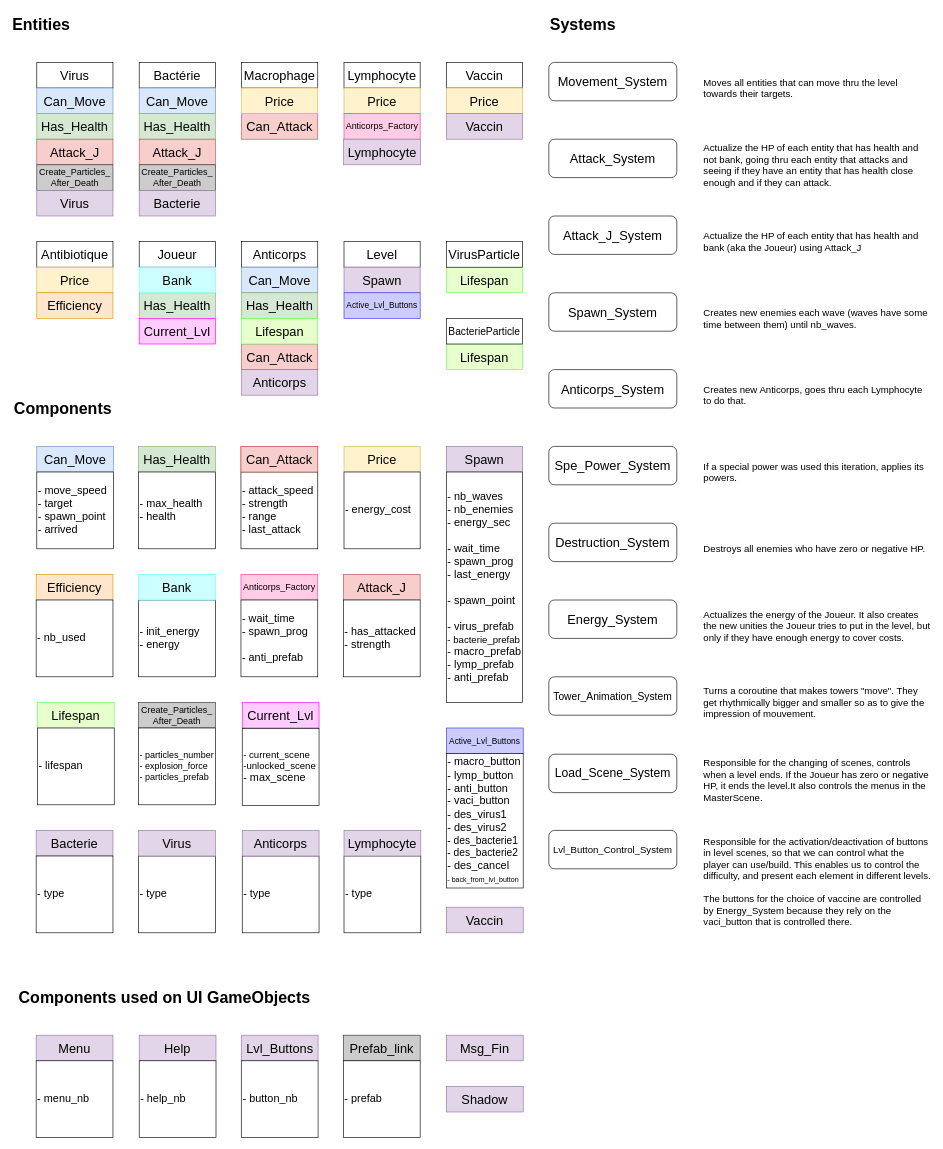
Before: entities_components.drawio in Titanmito/Immunocalypse, a draw.io diagram. Source tidied: cells renumbered, new cells numbered last; positions are measured from the earlier drawing's top-left corner, leaving out a move shared by most shapes. Both pictures are drawn from the tidied source at 64%, with x=0, y=0 at pixel (11, 11).
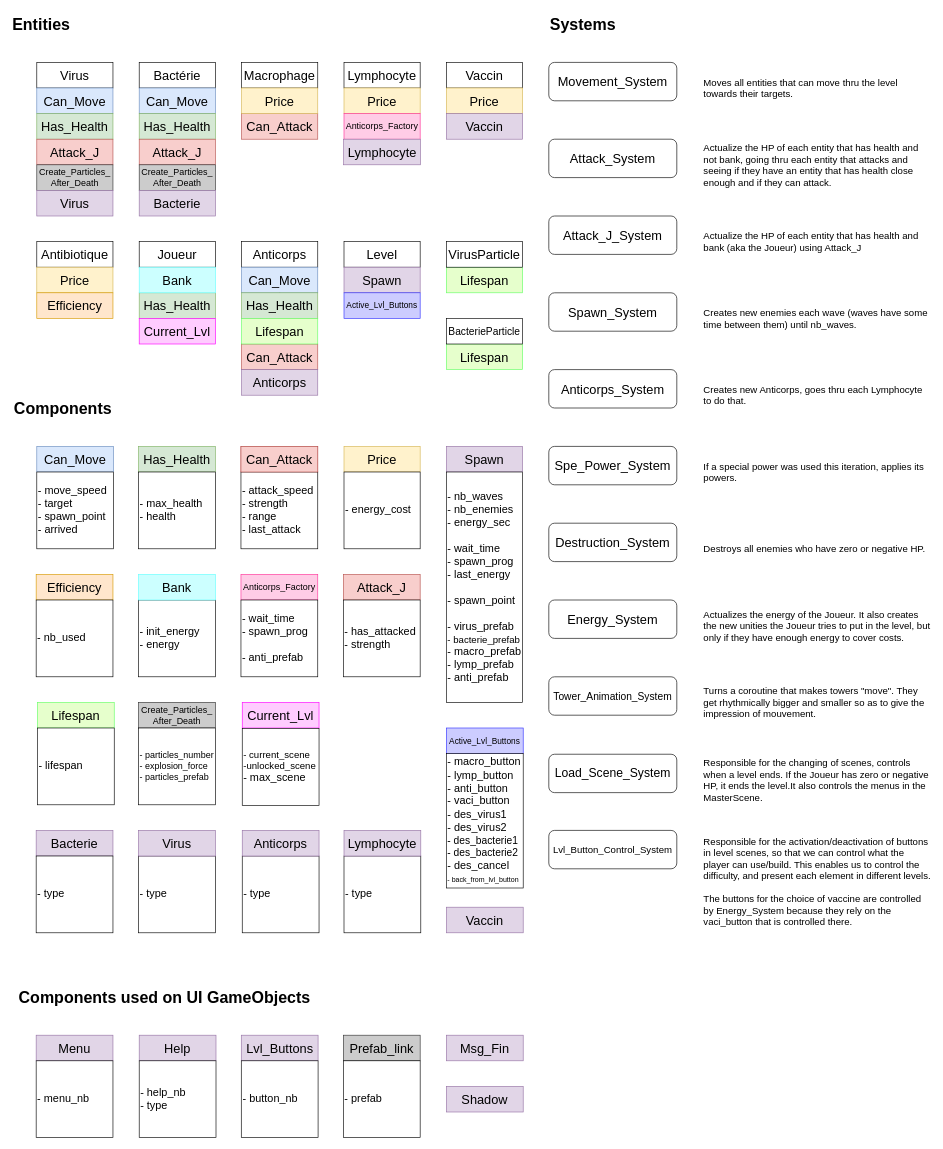
The same diagram, later.

Diff of the diagram source:
```diff
@@
-    <mxCell id="95" value="&lt;div style=&quot;font-size: 17px&quot;&gt;&lt;font style=&quot;font-size: 17px&quot;&gt;- help_nb&lt;br&gt;&lt;/font&gt;&lt;/div&gt;" style="rounded=0;whiteSpace=wrap;html=1;align=left;" parent="1" vertex="1">
+    <mxCell id="95" value="&lt;div style=&quot;font-size: 17px&quot;&gt;&lt;font style=&quot;font-size: 17px&quot;&gt;- help_nb&lt;br&gt;&lt;/font&gt;&lt;/div&gt;&lt;div style=&quot;font-size: 17px&quot;&gt;&lt;font style=&quot;font-size: 17px&quot;&gt;- type&lt;br&gt;&lt;/font&gt;&lt;/div&gt;" style="rounded=0;whiteSpace=wrap;html=1;align=left;" parent="1" vertex="1">
       <mxGeometry x="200" y="1640" width="120" height="120" as="geometry" />
     </mxCell>
```
